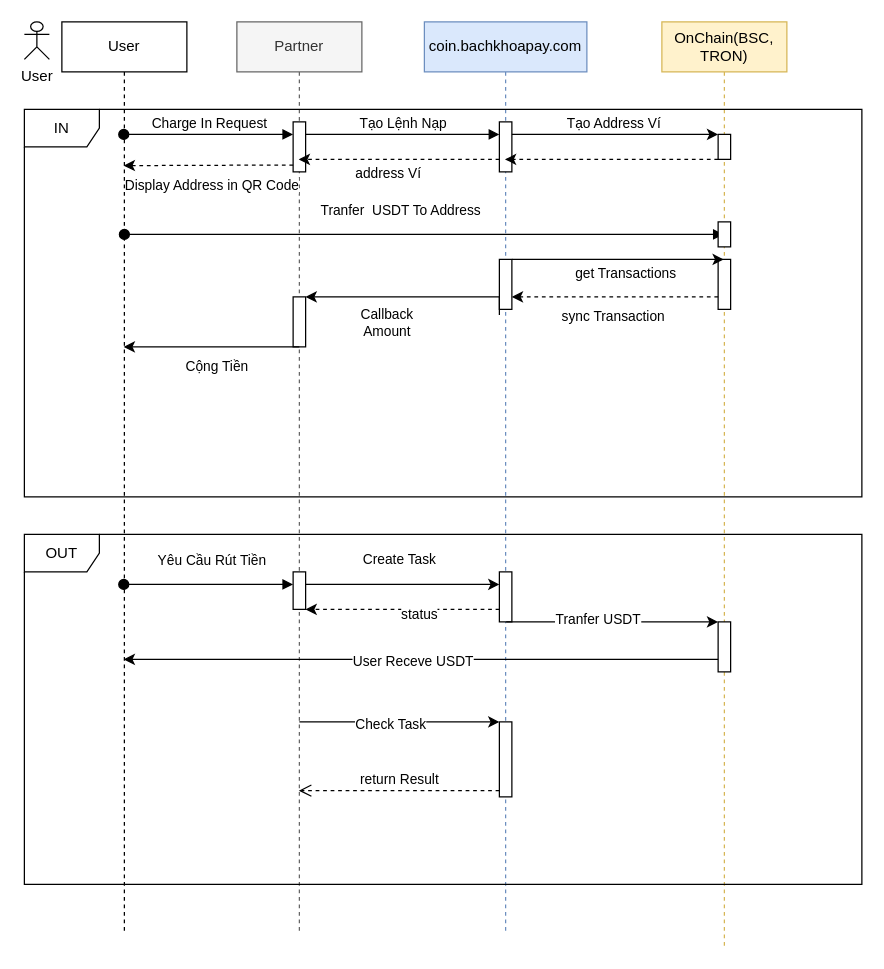
bachdev/diagram keeps this draw.io diagram as Coin Sequent.drawio. Above is the earlier version. Source tidied: cells renumbered, new cells numbered last; positions are measured from the earlier drawing's top-left corner, leaving out a move shared by most shapes. Both pictures are drawn from the tidied source at 125%, with x=0, y=0 at pixel (24, 21).
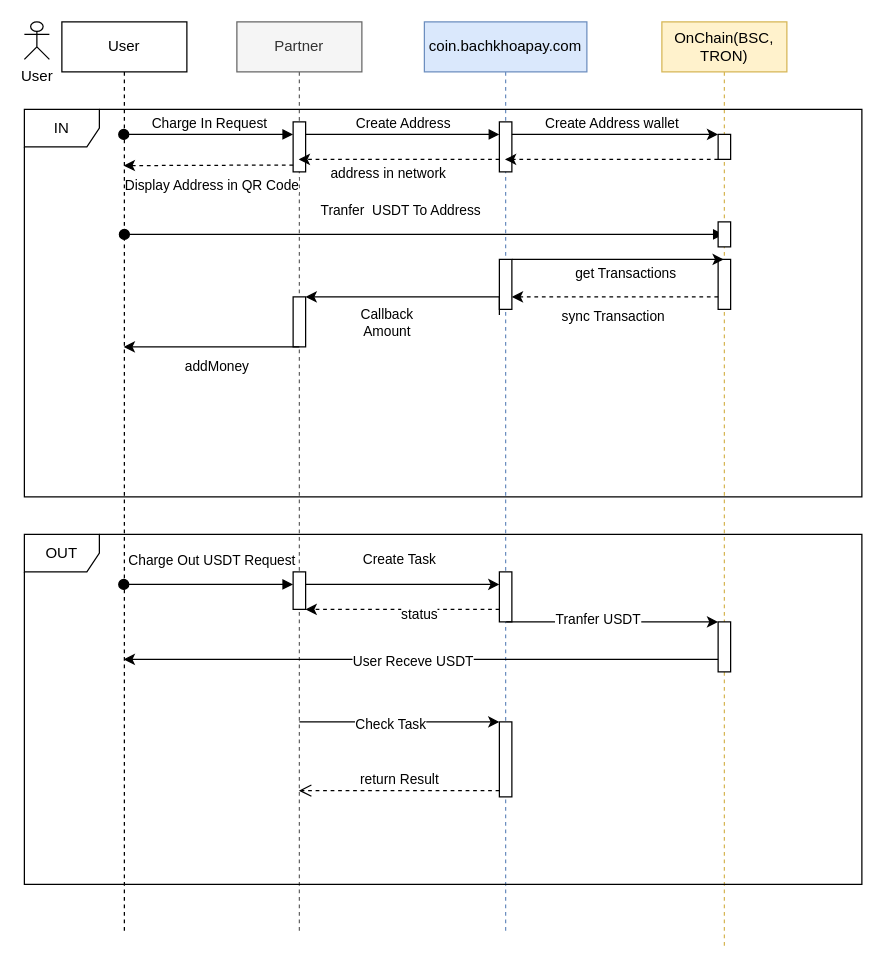
Above is the later version.

The change refers to these unchanged cells:
```xml
<mxCell id="3" style="html=1;points=[];perimeter=orthogonalPerimeter;outlineConnect=0;targetShapes=umlLifeline;portConstraint=eastwest;newEdgeStyle={&quot;edgeStyle&quot;:&quot;elbowEdgeStyle&quot;,&quot;elbow&quot;:&quot;vertical&quot;,&quot;curved&quot;:0,&quot;rounded&quot;:0};" parent="2" vertex="1">
  <mxGeometry x="45" y="80" width="10" height="40" as="geometry" />
</mxCell>
<mxCell id="7" style="html=1;points=[];perimeter=orthogonalPerimeter;outlineConnect=0;targetShapes=umlLifeline;portConstraint=eastwest;newEdgeStyle={&quot;edgeStyle&quot;:&quot;elbowEdgeStyle&quot;,&quot;elbow&quot;:&quot;vertical&quot;,&quot;curved&quot;:0,&quot;rounded&quot;:0};" parent="6" vertex="1">
  <mxGeometry x="60" y="80" width="10" height="40" as="geometry" />
</mxCell>
<mxCell id="22" style="edgeStyle=elbowEdgeStyle;rounded=0;jettySize=auto;html=1;elbow=horizontal;curved=0;" parent="1" edge="1" source="7">
  <mxGeometry relative="1" as="geometry">
    <mxPoint x="555" y="90" as="targetPoint" />
    <Array as="points">
      <mxPoint x="480" y="90" />
    </Array>
  </mxGeometry>
</mxCell>
<mxCell id="32" style="edgeStyle=elbowEdgeStyle;rounded=0;orthogonalLoop=1;jettySize=auto;html=1;elbow=vertical;curved=0;" parent="1" edge="1">
  <mxGeometry relative="1" as="geometry">
    <mxPoint x="220" y="260" as="sourcePoint" />
    <mxPoint x="79.5" y="260" as="targetPoint" />
  </mxGeometry>
</mxCell>
<mxCell id="34" style="edgeStyle=elbowEdgeStyle;rounded=0;orthogonalLoop=1;jettySize=auto;html=1;elbow=vertical;curved=0;dashed=1;" parent="1" edge="1">
  <mxGeometry relative="1" as="geometry">
    <mxPoint x="380" y="110" as="sourcePoint" />
    <mxPoint x="219.5" y="110" as="targetPoint" />
  </mxGeometry>
</mxCell>
```

The edit, as a diff of the source:
```diff
@@
-    <mxCell id="11" value="Tạo Lệnh Nạp" style="html=1;verticalAlign=bottom;endArrow=block;edgeStyle=elbowEdgeStyle;elbow=vertical;curved=0;rounded=0;" parent="1" edge="1" source="3" target="7">
+    <mxCell id="11" value="Create Address" style="html=1;verticalAlign=bottom;endArrow=block;edgeStyle=elbowEdgeStyle;elbow=vertical;curved=0;rounded=0;" parent="1" edge="1" source="3" target="7">
       <mxGeometry relative="1" as="geometry">
         <Array as="points">
           <mxPoint x="310" y="90" />
         </Array>
       </mxGeometry>
     </mxCell>
@@
-    <mxCell id="23" value="&amp;nbsp;Tạo Address Ví" style="edgeLabel;html=1;align=center;verticalAlign=middle;" parent="22" vertex="1">
+    <mxCell id="23" value="Create Address wallet" style="edgeLabel;html=1;align=center;verticalAlign=middle;" parent="22" vertex="1">
       <mxGeometry x="-0.04" relative="1" as="geometry">
         <mxPoint y="-10" as="offset" />
       </mxGeometry>
     </mxCell>
@@
-    <mxCell id="33" value="Cộng Tiền " style="edgeLabel;html=1;align=center;verticalAlign=middle;" parent="32" vertex="1">
+    <mxCell id="33" value="addMoney" style="edgeLabel;html=1;align=center;verticalAlign=middle;" parent="32" vertex="1">
       <mxGeometry x="-0.22" y="-2" relative="1" as="geometry">
         <mxPoint x="-12" y="17" as="offset" />
       </mxGeometry>
     </mxCell>
@@
-    <mxCell id="35" value="address Ví" style="edgeLabel;html=1;align=center;verticalAlign=middle;" parent="34" vertex="1">
+    <mxCell id="35" value="address in network" style="edgeLabel;html=1;align=center;verticalAlign=middle;" parent="34" vertex="1">
       <mxGeometry x="-0.29" y="2" relative="1" as="geometry">
         <mxPoint x="-33" y="8" as="offset" />
       </mxGeometry>
     </mxCell>
@@
-    <mxCell id="39" value="Yêu Cầu Rút Tiền" style="html=1;verticalAlign=bottom;startArrow=oval;endArrow=block;startSize=8;edgeStyle=elbowEdgeStyle;elbow=vertical;curved=0;rounded=0;" parent="1" edge="1">
+    <mxCell id="39" value="Charge Out USDT Request" style="html=1;verticalAlign=bottom;startArrow=oval;endArrow=block;startSize=8;edgeStyle=elbowEdgeStyle;elbow=vertical;curved=0;rounded=0;" parent="1" edge="1">
       <mxGeometry x="0.04" y="10" relative="1" as="geometry">
         <mxPoint x="79.5" y="450" as="sourcePoint" />
         <mxPoint x="215" y="450" as="targetPoint" />
       </mxGeometry>
     </mxCell>
```
